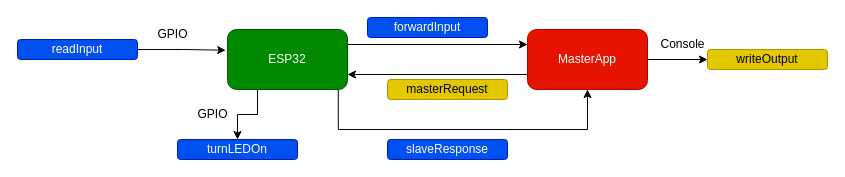
This is HelloWorld/HelloWorld.drawio from NemanjaVasiljevic/ESP32_IoT_Projects, a draw.io file, before an edit. Source tidied: cells renumbered, new cells numbered last; positions are measured from the earlier drawing's top-left corner, leaving out a move shared by most shapes. Both pictures are drawn from the tidied source at 100%, with x=0, y=0 at pixel (17, 17).
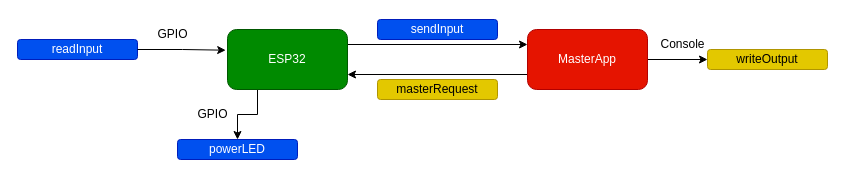
Above is the later version.

Commit message (it also covers changes not shown here):
hello wolrd construction finished, schematic and unit tests left

The change refers to these unchanged cells:
```xml
<mxCell id="5" value="ESP32" style="rounded=1;whiteSpace=wrap;html=1;fillColor=#008a00;fontColor=#ffffff;strokeColor=#005700;" parent="1" vertex="1">
  <mxGeometry x="210" y="12" width="120" height="60" as="geometry" />
</mxCell>
<mxCell id="11" value="MasterApp" style="rounded=1;whiteSpace=wrap;html=1;fillColor=#e51400;fontColor=#ffffff;strokeColor=#B20000;" parent="1" vertex="1">
  <mxGeometry x="510" y="12" width="120" height="60" as="geometry" />
</mxCell>
```

Diff of the diagram source:
```diff
@@
-    <mxCell id="3" style="edgeStyle=orthogonalEdgeStyle;rounded=0;jettySize=auto;html=1;exitX=0.923;exitY=0.983;exitDx=0;exitDy=0;entryX=0.5;entryY=1;entryDx=0;entryDy=0;exitPerimeter=0;" parent="1" edge="1" source="5" target="11">
-      <mxGeometry relative="1" as="geometry">
-        <Array as="points">
-          <mxPoint x="321" y="112" />
-          <mxPoint x="570" y="112" />
-        </Array>
-      </mxGeometry>
-    </mxCell>
@@
-    <mxCell id="12" value="forwardInput" style="rounded=1;whiteSpace=wrap;html=1;fillColor=#0050ef;fontColor=#ffffff;strokeColor=#001DBC;" parent="1" vertex="1">
-      <mxGeometry x="350" width="120" height="20" as="geometry" />
+    <mxCell id="12" value="sendInput" style="rounded=1;whiteSpace=wrap;html=1;fillColor=#0050ef;fontColor=#ffffff;strokeColor=#001DBC;" parent="1" vertex="1">
+      <mxGeometry x="360" y="2" width="120" height="20" as="geometry" />
     </mxCell>
     <mxCell id="13" value="masterRequest" style="rounded=1;whiteSpace=wrap;html=1;fillColor=#e3c800;fontColor=#000000;strokeColor=#B09500;" parent="1" vertex="1">
-      <mxGeometry x="370" y="62" width="120" height="20" as="geometry" />
+      <mxGeometry x="360" y="62" width="120" height="20" as="geometry" />
     </mxCell>
-    <mxCell id="14" value="slaveResponse" style="rounded=1;whiteSpace=wrap;html=1;fillColor=#0050ef;fontColor=#ffffff;strokeColor=#001DBC;" parent="1" vertex="1">
-      <mxGeometry x="370" y="122" width="120" height="20" as="geometry" />
-    </mxCell>
@@
-    <mxCell id="16" value="turnLEDOn" style="rounded=1;whiteSpace=wrap;html=1;fillColor=#0050ef;fontColor=#ffffff;strokeColor=#001DBC;" parent="1" vertex="1">
+    <mxCell id="16" value="powerLED" style="rounded=1;whiteSpace=wrap;html=1;fillColor=#0050ef;fontColor=#ffffff;strokeColor=#001DBC;" parent="1" vertex="1">
       <mxGeometry x="160" y="122" width="120" height="20" as="geometry" />
     </mxCell>
@@
+    <mxCell id="19" style="edgeStyle=orthogonalEdgeStyle;rounded=0;orthogonalLoop=1;jettySize=auto;html=1;exitX=0.5;exitY=1;exitDx=0;exitDy=0;" parent="1" edge="1" source="13" target="13">
+      <mxGeometry relative="1" as="geometry" />
+    </mxCell>
```
